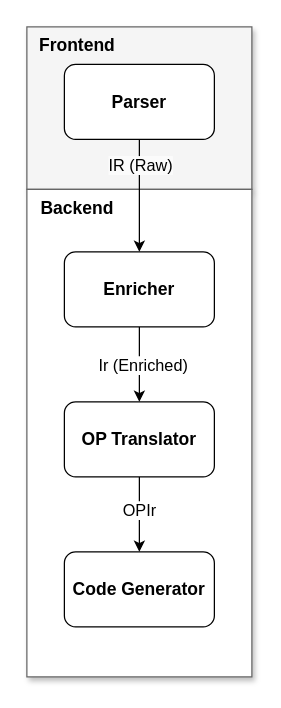
leorm2002/stream-fusion keeps this draw.io diagram as relazione/drawio/architettura_alto_livello.drawio. Above is the earlier version. Source tidied: cells renumbered, new cells numbered last; positions are measured from the earlier drawing's top-left corner, leaving out a move shared by most shapes. Both pictures are drawn from the tidied source at 125%, with x=0, y=0 at pixel (26, 26).
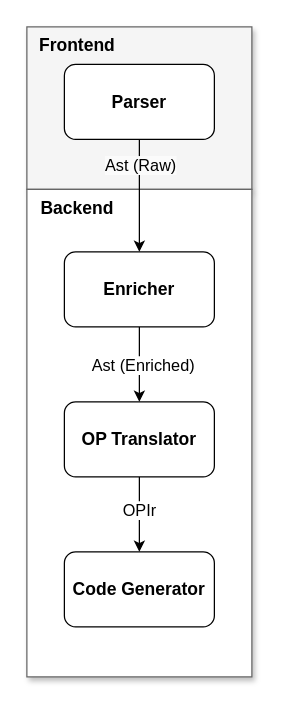
The same diagram, later.

Diff of the diagram source:
```diff
@@
 <mxGraphModel>
   <root>
     <mxCell id="0" />
     <mxCell id="1" parent="0" />
     <mxCell id="2" style="rounded=0;whiteSpace=wrap;html=1;fillColor=#f5f5f5;strokeColor=#666666;fontColor=#333333;strokeWidth=1;shadow=1;" parent="1" vertex="1">
       <mxGeometry width="180" height="130" as="geometry" />
     </mxCell>
     <mxCell id="3" style="rounded=0;whiteSpace=wrap;html=1;shadow=1;strokeColor=light-dark(#666666,#EDEDED);strokeWidth=1;" parent="1" vertex="1">
       <mxGeometry y="130" width="180" height="390" as="geometry" />
     </mxCell>
     <mxCell id="4" style="edgeStyle=none;html=1;entryX=0.5;entryY=0;entryDx=0;entryDy=0;" parent="1" edge="1" source="6" target="10">
       <mxGeometry relative="1" as="geometry" />
     </mxCell>
-    <mxCell id="5" value="&lt;span style=&quot;color: rgb(0, 0, 0); font-size: 13px; background-color: rgb(251, 251, 251);&quot;&gt;IR (Raw)&lt;/span&gt;" style="edgeLabel;html=1;align=center;verticalAlign=middle;" parent="4" vertex="1">
+    <mxCell id="5" value="&lt;span style=&quot;color: rgb(0, 0, 0); font-size: 13px; background-color: rgb(251, 251, 251);&quot;&gt;Ast (Raw)&lt;/span&gt;" style="edgeLabel;html=1;align=center;verticalAlign=middle;" parent="4" vertex="1">
       <mxGeometry x="-0.78" y="-1" relative="1" as="geometry">
         <mxPoint x="1" y="10" as="offset" />
       </mxGeometry>
     </mxCell>
     <mxCell id="6" value="Parser" style="rounded=1;whiteSpace=wrap;html=1;fontStyle=1;fontSize=14;" parent="1" vertex="1">
       <mxGeometry x="30" y="30" width="120" height="60" as="geometry" />
     </mxCell>
     <mxCell id="7" value="Code Generator" style="rounded=1;whiteSpace=wrap;html=1;fontStyle=1;fontSize=14;" parent="1" vertex="1">
       <mxGeometry x="30" y="420" width="120" height="60" as="geometry" />
     </mxCell>
     <mxCell id="8" style="edgeStyle=none;html=1;" parent="1" edge="1" source="10" target="13">
       <mxGeometry relative="1" as="geometry" />
     </mxCell>
-    <mxCell id="9" value="Ir (&lt;span style=&quot;color: rgb(0, 0, 0);&quot;&gt;Enriched)&lt;/span&gt;" style="edgeLabel;html=1;align=center;verticalAlign=middle;fontSize=13;" parent="8" vertex="1">
+    <mxCell id="9" value="Ast (&lt;span style=&quot;color: rgb(0, 0, 0);&quot;&gt;Enriched)&lt;/span&gt;" style="edgeLabel;html=1;align=center;verticalAlign=middle;fontSize=13;" parent="8" vertex="1">
       <mxGeometry x="0.01" y="2" relative="1" as="geometry" />
     </mxCell>
     <mxCell id="10" value="Enricher" style="rounded=1;whiteSpace=wrap;html=1;fillColor=#FFFFFF;fontStyle=1;fontSize=14;" parent="1" vertex="1">
       <mxGeometry x="30" y="180" width="120" height="60" as="geometry" />
     </mxCell>
     <mxCell id="11" style="edgeStyle=none;html=1;" parent="1" edge="1" source="13" target="7">
       <mxGeometry relative="1" as="geometry" />
     </mxCell>
     <mxCell id="12" value="OPIr" style="edgeLabel;html=1;align=center;verticalAlign=middle;fontSize=13;" parent="11" vertex="1">
       <mxGeometry x="-0.15" y="-1" relative="1" as="geometry" />
     </mxCell>
     <mxCell id="13" value="OP Translator" style="rounded=1;whiteSpace=wrap;html=1;fillColor=#FFFFFF;fontStyle=1;fontSize=14;" parent="1" vertex="1">
       <mxGeometry x="30" y="300" width="120" height="60" as="geometry" />
     </mxCell>
     <mxCell id="14" value="Backend" style="text;html=1;align=center;verticalAlign=middle;strokeColor=none;fillColor=none;fontStyle=1;fontSize=14;" parent="1" vertex="1">
       <mxGeometry y="130" width="80" height="30" as="geometry" />
     </mxCell>
     <mxCell id="15" value="Frontend" style="text;html=1;align=center;verticalAlign=middle;strokeColor=none;fillColor=none;fontStyle=1;fontSize=14;" parent="1" vertex="1">
       <mxGeometry width="80" height="30" as="geometry" />
     </mxCell>
   </root>
 </mxGraphModel>
```
